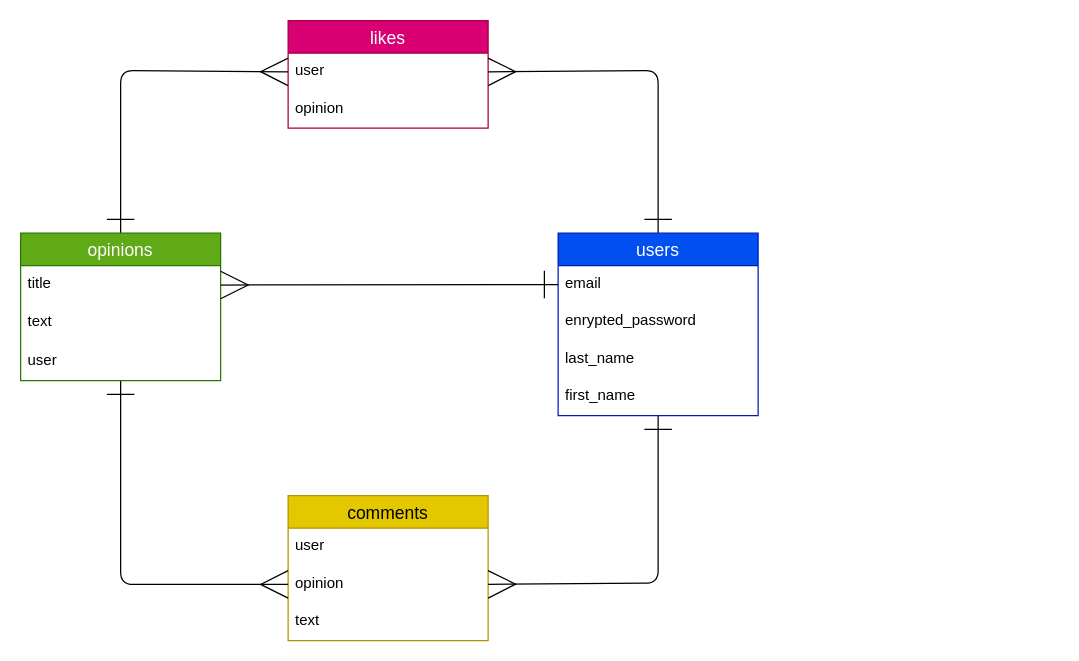
The draw.io diagram mynion.dio in maximumry/mynion, before the edit. Source tidied: cells renumbered, new cells numbered last; positions are measured from the earlier drawing's top-left corner, leaving out a move shared by most shapes. Both pictures are drawn from the tidied source at 125%, with x=0, y=0 at pixel (12, 20).
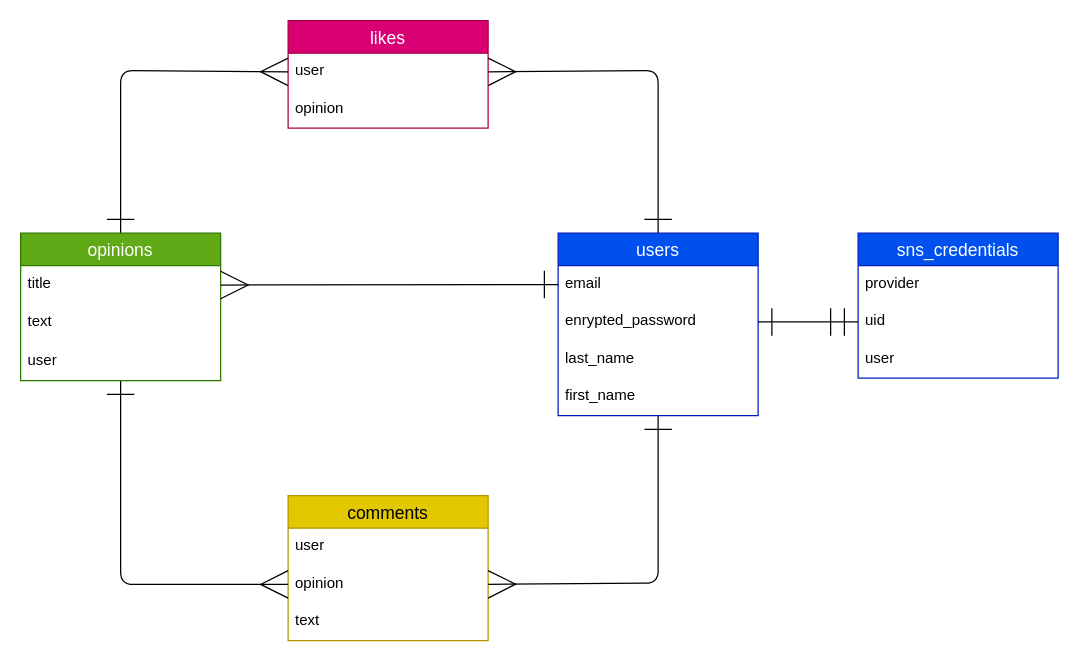
The same page after the edit.

The change refers to these unchanged cells:
```xml
<mxCell id="19" value="enrypted_password" style="text;strokeColor=none;fillColor=none;spacingLeft=4;spacingRight=4;overflow=hidden;points=[[0,0.5],[1,0.5]];portConstraint=eastwest;fontSize=12;rounded=0;" parent="17" vertex="1">
  <mxGeometry y="56" width="160" height="30" as="geometry" />
</mxCell>
```

The edit, as a diff of the source:
```diff
@@
+    <mxCell id="24" value="sns_credentials" style="swimlane;fontStyle=0;horizontal=1;startSize=26;align=center;fontSize=14;fillColor=#0050ef;fontColor=#ffffff;strokeColor=#001DBC;" parent="1" vertex="1">
+      <mxGeometry x="676" y="170" width="160" height="116" as="geometry" />
+    </mxCell>
+    <mxCell id="25" value="provider" style="text;strokeColor=none;fillColor=none;spacingLeft=4;spacingRight=4;overflow=hidden;fontSize=12;" parent="24" vertex="1">
+      <mxGeometry y="26" width="160" height="30" as="geometry" />
+    </mxCell>
+    <mxCell id="26" value="uid" style="text;strokeColor=none;fillColor=none;spacingLeft=4;spacingRight=4;overflow=hidden;points=[[0,0.5],[1,0.5]];portConstraint=eastwest;fontSize=12;" parent="24" vertex="1">
+      <mxGeometry y="56" width="160" height="30" as="geometry" />
+    </mxCell>
+    <mxCell id="27" value="user" style="text;strokeColor=none;fillColor=none;spacingLeft=4;spacingRight=4;overflow=hidden;fontSize=12;" parent="24" vertex="1">
+      <mxGeometry y="86" width="160" height="30" as="geometry" />
+    </mxCell>
+    <mxCell id="28" style="edgeStyle=none;html=1;startArrow=ERone;startFill=0;endArrow=ERmandOne;endFill=0;startSize=20;endSize=20;exitX=1;exitY=0.5;exitDx=0;exitDy=0;" parent="1" edge="1" source="19" target="26">
+      <mxGeometry relative="1" as="geometry" />
+    </mxCell>
```
